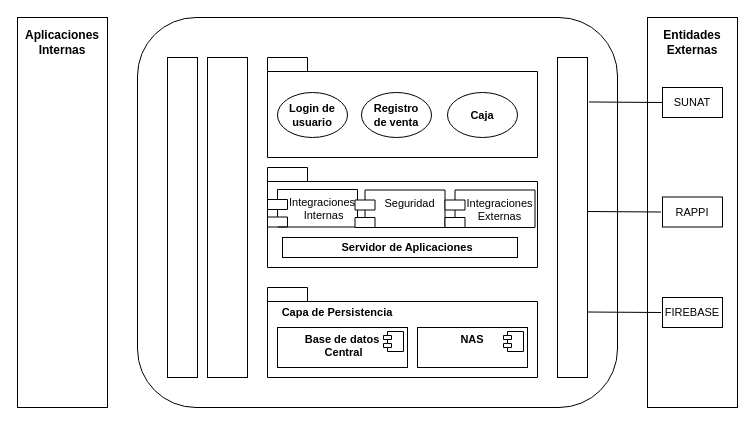
The draw.io diagram page "TO-BE" (2 of 2) of Draw.drawio in AlvaroFMM/ProyLucky, before the edit. Source tidied: cells renumbered, new cells numbered last; positions are measured from the earlier drawing's top-left corner, leaving out a move shared by most shapes. Both pictures are drawn from the tidied source at 100%, with x=0, y=0 at pixel (17, 17).
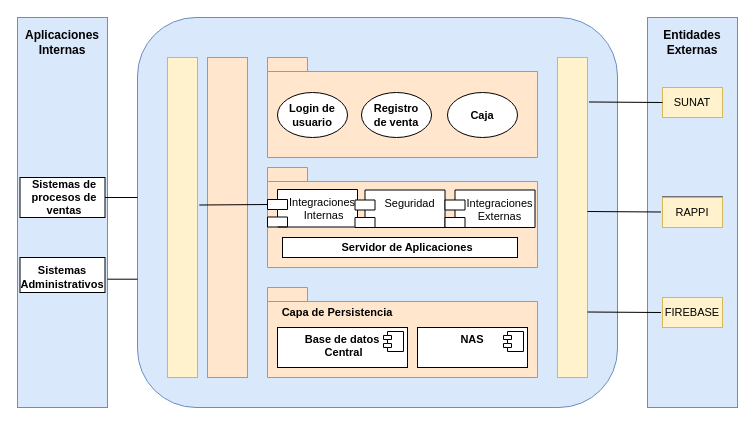
The same page after the edit.

Unchanged cells that the change refers to:
```xml
<mxCell id="28" value="Integraciones&#10; Internas" style="shape=module;align=left;spacingLeft=20;align=center;verticalAlign=top;fontSize=11;" parent="1" vertex="1">
  <mxGeometry x="250" y="172" width="90" height="37.5" as="geometry" />
</mxCell>
```

The edit, as a diff of the source:
```diff
@@
-    <mxCell id="2" style="rounded=0;whiteSpace=wrap;html=1;fontSize=12;" parent="1" vertex="1">
+    <mxCell id="2" style="rounded=0;whiteSpace=wrap;html=1;fontSize=12;fillColor=#dae8fc;strokeColor=#6c8ebf;" parent="1" vertex="1">
       <mxGeometry width="90" height="390" as="geometry" />
     </mxCell>
@@
-    <mxCell id="4" style="rounded=1;whiteSpace=wrap;html=1;fontSize=12;" parent="1" vertex="1">
+    <mxCell id="4" style="rounded=1;whiteSpace=wrap;html=1;fontSize=12;fillColor=#dae8fc;strokeColor=#6c8ebf;" parent="1" vertex="1">
       <mxGeometry x="120" width="480" height="390" as="geometry" />
     </mxCell>
-    <mxCell id="5" style="rounded=0;whiteSpace=wrap;html=1;fontSize=12;" parent="1" vertex="1">
+    <mxCell id="5" style="rounded=0;whiteSpace=wrap;html=1;fontSize=12;fillColor=#dae8fc;strokeColor=#6c8ebf;" parent="1" vertex="1">
       <mxGeometry x="630" width="90" height="390" as="geometry" />
     </mxCell>
@@
-    <mxCell id="7" style="rounded=0;whiteSpace=wrap;html=1;fontSize=12;" parent="1" vertex="1">
+    <mxCell id="7" style="rounded=0;whiteSpace=wrap;html=1;fontSize=12;fillColor=#fff2cc;strokeColor=#d6b656;" parent="1" vertex="1">
       <mxGeometry x="150" y="40" width="30" height="320" as="geometry" />
     </mxCell>
-    <mxCell id="8" style="rounded=0;whiteSpace=wrap;html=1;fontSize=12;" parent="1" vertex="1">
+    <mxCell id="8" style="rounded=0;whiteSpace=wrap;html=1;fontSize=12;fillColor=#ffe6cc;strokeColor=#d79b00;" parent="1" vertex="1">
       <mxGeometry x="190" y="40" width="40" height="320" as="geometry" />
     </mxCell>
-    <mxCell id="9" style="rounded=0;whiteSpace=wrap;html=1;fontSize=12;" parent="1" vertex="1">
+    <mxCell id="9" style="rounded=0;whiteSpace=wrap;html=1;fontSize=12;fillColor=#fff2cc;strokeColor=#d6b656;" parent="1" vertex="1">
       <mxGeometry x="540" y="40" width="30" height="320" as="geometry" />
     </mxCell>
-    <mxCell id="10" style="shape=folder;fontStyle=1;spacingTop=10;tabWidth=40;tabHeight=14;tabPosition=left;html=1;fontSize=12;" parent="1" vertex="1">
+    <mxCell id="10" style="shape=folder;fontStyle=1;spacingTop=10;tabWidth=40;tabHeight=14;tabPosition=left;html=1;fontSize=12;fillColor=#ffe6cc;strokeColor=#d79b00;" parent="1" vertex="1">
       <mxGeometry x="250" y="40" width="270" height="100" as="geometry" />
     </mxCell>
-    <mxCell id="11" style="shape=folder;fontStyle=1;spacingTop=10;tabWidth=40;tabHeight=14;tabPosition=left;html=1;fontSize=12;" parent="1" vertex="1">
+    <mxCell id="11" style="shape=folder;fontStyle=1;spacingTop=10;tabWidth=40;tabHeight=14;tabPosition=left;html=1;fontSize=12;fillColor=#ffe6cc;strokeColor=#d79b00;" parent="1" vertex="1">
       <mxGeometry x="250" y="150" width="270" height="100" as="geometry" />
     </mxCell>
-    <mxCell id="12" style="shape=folder;fontStyle=1;spacingTop=10;tabWidth=40;tabHeight=14;tabPosition=left;html=1;fontSize=12;" parent="1" vertex="1">
+    <mxCell id="12" style="shape=folder;fontStyle=1;spacingTop=10;tabWidth=40;tabHeight=14;tabPosition=left;html=1;fontSize=12;fillColor=#ffe6cc;strokeColor=#d79b00;" parent="1" vertex="1">
       <mxGeometry x="250" y="270" width="270" height="90" as="geometry" />
     </mxCell>
@@
-    <mxCell id="22" value="SUNAT" style="text;html=1;strokeColor=none;fillColor=none;align=center;verticalAlign=middle;whiteSpace=wrap;rounded=0;fontSize=11;" parent="1" vertex="1">
+    <mxCell id="22" value="SUNAT" style="text;html=1;strokeColor=#d6b656;fillColor=#fff2cc;align=center;verticalAlign=middle;whiteSpace=wrap;rounded=0;fontSize=11;" parent="1" vertex="1">
       <mxGeometry x="645" y="70" width="60" height="30" as="geometry" />
     </mxCell>
-    <mxCell id="23" value="RAPPI" style="text;html=1;strokeColor=none;fillColor=none;align=center;verticalAlign=middle;whiteSpace=wrap;rounded=0;fontSize=11;" parent="1" vertex="1">
+    <mxCell id="23" value="RAPPI" style="text;html=1;strokeColor=#d6b656;fillColor=#fff2cc;align=center;verticalAlign=middle;whiteSpace=wrap;rounded=0;fontSize=11;" parent="1" vertex="1">
       <mxGeometry x="645" y="180" width="60" height="30" as="geometry" />
     </mxCell>
-    <mxCell id="24" value="FIREBASE" style="text;html=1;strokeColor=none;fillColor=none;align=center;verticalAlign=middle;whiteSpace=wrap;rounded=0;fontSize=11;" parent="1" vertex="1">
+    <mxCell id="24" value="FIREBASE" style="text;html=1;strokeColor=#d6b656;fillColor=#fff2cc;align=center;verticalAlign=middle;whiteSpace=wrap;rounded=0;fontSize=11;" parent="1" vertex="1">
       <mxGeometry x="645" y="280" width="60" height="30" as="geometry" />
     </mxCell>
@@
+    <mxCell id="38" style="rounded=0;whiteSpace=wrap;html=1;fontSize=11;" parent="1" vertex="1">
+      <mxGeometry x="2.5" y="240" width="85" height="35" as="geometry" />
+    </mxCell>
+    <mxCell id="39" value="Sistemas&lt;br&gt;Administrativos" style="text;html=1;strokeColor=none;fillColor=none;align=center;verticalAlign=middle;whiteSpace=wrap;rounded=0;fontSize=11;fontStyle=1;" parent="1" vertex="1">
+      <mxGeometry x="15" y="245" width="60" height="30" as="geometry" />
+    </mxCell>
+    <mxCell id="40" style="rounded=0;whiteSpace=wrap;html=1;fontSize=11;" parent="1" vertex="1">
+      <mxGeometry x="2.5" y="160" width="85" height="40" as="geometry" />
+    </mxCell>
+    <mxCell id="41" value="&lt;b&gt;Sistemas de procesos de ventas&lt;/b&gt;" style="text;html=1;strokeColor=none;fillColor=none;align=center;verticalAlign=middle;whiteSpace=wrap;rounded=0;fontSize=11;" parent="1" vertex="1">
+      <mxGeometry x="12.5" y="165" width="67.5" height="30" as="geometry" />
+    </mxCell>
+    <mxCell id="42" style="endArrow=none;html=1;rounded=0;fontSize=11;exitX=1;exitY=0.5;exitDx=0;exitDy=0;" parent="1" edge="1" source="40">
+      <mxGeometry relative="1" as="geometry">
+        <mxPoint x="120" y="180" as="targetPoint" />
+      </mxGeometry>
+    </mxCell>
+    <mxCell id="43" style="endArrow=none;html=1;rounded=0;fontSize=11;exitX=1;exitY=0.671;exitDx=0;exitDy=0;exitPerimeter=0;entryX=0;entryY=0.671;entryDx=0;entryDy=0;entryPerimeter=0;" parent="1" edge="1" source="2" target="4">
+      <mxGeometry relative="1" as="geometry" />
+    </mxCell>
+    <mxCell id="44" style="endArrow=none;html=1;rounded=0;fontSize=11;exitX=1.059;exitY=0.461;exitDx=0;exitDy=0;exitPerimeter=0;entryX=0;entryY=0;entryDx=0;entryDy=15;entryPerimeter=0;" parent="1" edge="1" source="7" target="28">
+      <mxGeometry relative="1" as="geometry" />
+    </mxCell>
```
